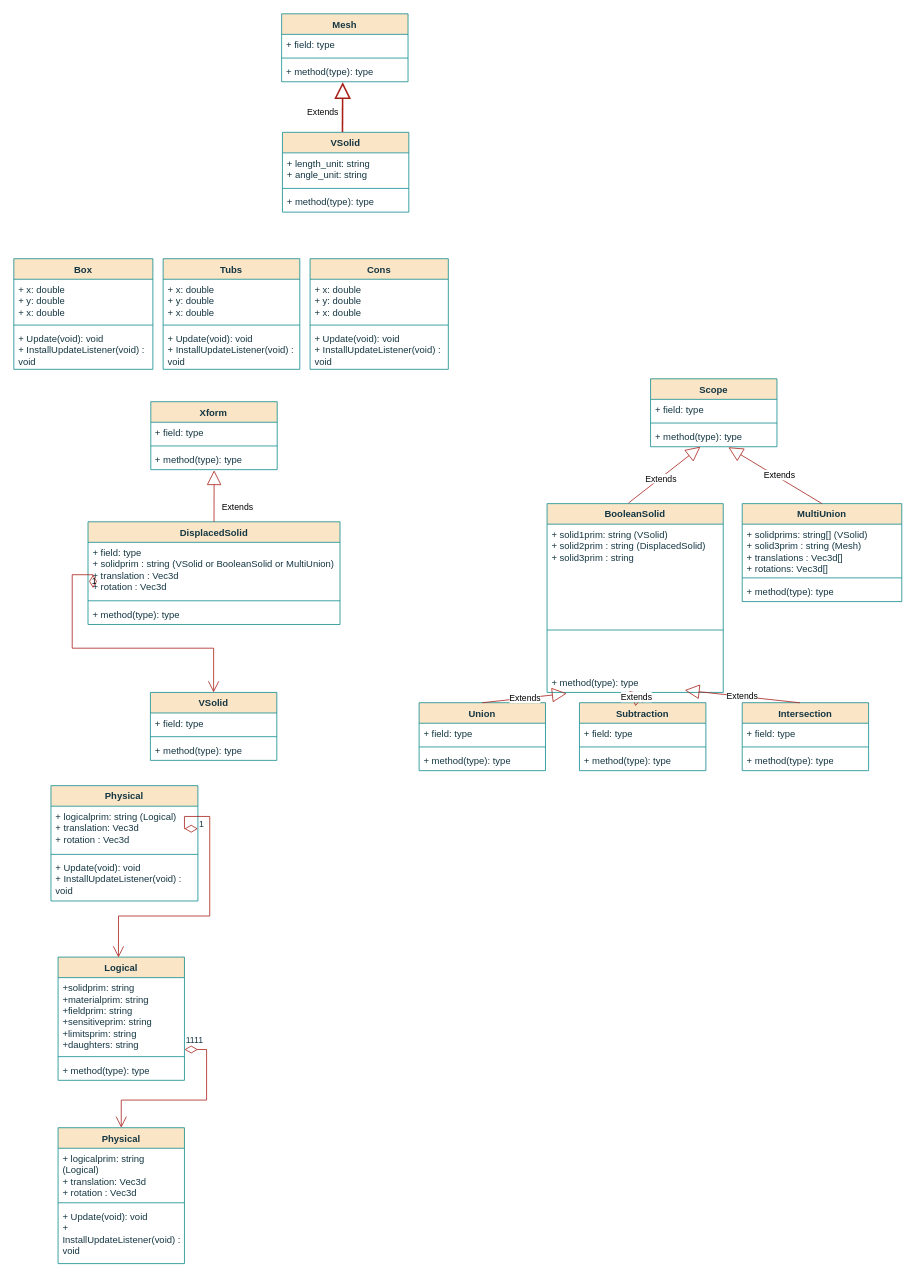
Above: public/paper1/G4_USD_Schema.drawio in g4edge/g4omniverse (draw.io), before the change. Source tidied: cells renumbered, new cells numbered last; positions are measured from the earlier drawing's top-left corner, leaving out a move shared by most shapes. Both pictures are drawn from the tidied source at 79%, with x=0, y=0 at pixel (13, 13).
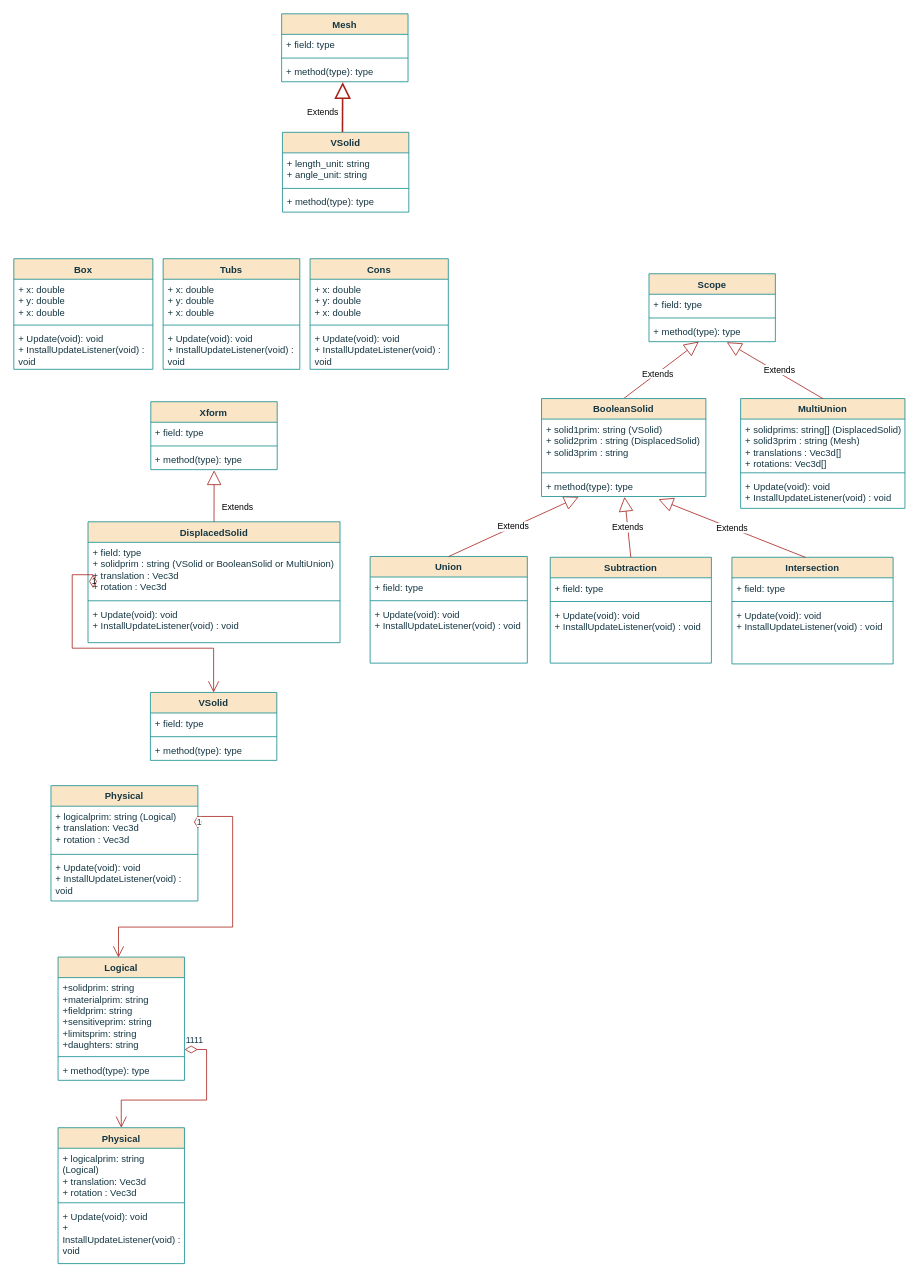
After the change.

Commit message:
paper: Matching update

The change refers to these unchanged cells:
```xml
<mxCell id="44" value="+ method(type): type" style="text;strokeColor=none;fillColor=none;align=left;verticalAlign=top;spacingLeft=4;spacingRight=4;overflow=hidden;points=[[0,0.5],[1,0.5]];portConstraint=eastwest;whiteSpace=wrap;html=1;fontColor=#143642;" parent="41" vertex="1">
  <mxGeometry y="60" width="160" height="26" as="geometry" />
</mxCell>
<mxCell id="47" value="+ logicalprim: string (Logical)&lt;div&gt;+ translation: Vec3d&lt;/div&gt;&lt;div&gt;+ rotation : Vec3d&lt;/div&gt;" style="text;strokeColor=none;fillColor=none;align=left;verticalAlign=top;spacingLeft=4;spacingRight=4;overflow=hidden;points=[[0,0.5],[1,0.5]];portConstraint=eastwest;whiteSpace=wrap;html=1;fontColor=#143642;" parent="46" vertex="1">
  <mxGeometry y="26" width="186" height="57" as="geometry" />
</mxCell>
<mxCell id="50" value="Logical" style="swimlane;fontStyle=1;align=center;verticalAlign=top;horizontal=1;startSize=26;whiteSpace=wrap;html=1;strokeColor=#0F8B8D;fontColor=#143642;fillColor=#FAE5C7;" parent="1" vertex="1">
  <mxGeometry x="56" y="1194" width="160" height="156" as="geometry" />
</mxCell>
<mxCell id="51" value="&lt;div&gt;+solidprim: string&lt;/div&gt;&lt;div&gt;+materialprim: string&lt;/div&gt;&lt;div&gt;+fieldprim: string&lt;/div&gt;&lt;div&gt;+sensitiveprim: string&lt;/div&gt;&lt;div&gt;+limitsprim: string&lt;/div&gt;+daughters: string" style="text;strokeColor=none;fillColor=none;align=left;verticalAlign=top;spacingLeft=4;spacingRight=4;overflow=hidden;points=[[0,0.5],[1,0.5]];portConstraint=eastwest;whiteSpace=wrap;html=1;fontColor=#143642;" parent="50" vertex="1">
  <mxGeometry y="26" width="160" height="96" as="geometry" />
</mxCell>
<mxCell id="67" value="Physical" style="swimlane;fontStyle=1;align=center;verticalAlign=top;horizontal=1;startSize=26;whiteSpace=wrap;html=1;strokeColor=#0F8B8D;fontColor=#143642;fillColor=#FAE5C7;" parent="1" vertex="1">
  <mxGeometry x="56" y="1410" width="160" height="172" as="geometry" />
</mxCell>
```

Diff of the diagram source:
```diff
@@
-    <mxCell id="6" value="BooleanSolid" style="swimlane;fontStyle=1;align=center;verticalAlign=top;horizontal=1;startSize=26;whiteSpace=wrap;html=1;labelBackgroundColor=none;fillColor=#FAE5C7;strokeColor=#0F8B8D;fontColor=#143642;" parent="1" vertex="1">
-      <mxGeometry x="675" y="620" width="223" height="239" as="geometry" />
-    </mxCell>
-    <mxCell id="7" value="+ solid1prim: string (VSolid)&lt;div&gt;+ solid2prim : string (DisplacedSolid)&lt;/div&gt;&lt;div&gt;+ solid3prim : string&lt;/div&gt;&lt;div&gt;&lt;br&gt;&lt;/div&gt;" style="text;strokeColor=none;fillColor=none;align=left;verticalAlign=top;spacingLeft=4;spacingRight=4;overflow=hidden;whiteSpace=wrap;html=1;labelBackgroundColor=none;fontColor=#143642;" parent="6" vertex="1">
-      <mxGeometry y="26" width="223" height="81" as="geometry" />
-    </mxCell>
-    <mxCell id="8" style="line;strokeWidth=1;fillColor=none;align=left;verticalAlign=middle;spacingTop=-1;spacingLeft=3;spacingRight=3;labelPosition=right;labelBackgroundColor=none;strokeColor=#0F8B8D;fontColor=#143642;" parent="6" vertex="1">
-      <mxGeometry y="107" width="223" height="106" as="geometry" />
-    </mxCell>
-    <mxCell id="9" value="+ method(type): type" style="text;strokeColor=none;fillColor=none;align=left;verticalAlign=top;spacingLeft=4;spacingRight=4;overflow=hidden;points=[[0,0.5],[1,0.5]];portConstraint=eastwest;whiteSpace=wrap;html=1;labelBackgroundColor=none;fontColor=#143642;" parent="6" vertex="1">
-      <mxGeometry y="213" width="223" height="26" as="geometry" />
-    </mxCell>
@@
     <mxCell id="22" value="DisplacedSolid" style="swimlane;fontStyle=1;align=center;verticalAlign=top;horizontal=1;startSize=26;whiteSpace=wrap;html=1;labelBackgroundColor=none;fillColor=#FAE5C7;strokeColor=#0F8B8D;fontColor=#143642;" parent="1" vertex="1">
-      <mxGeometry x="93.9" y="643" width="319" height="130" as="geometry" />
+      <mxGeometry x="93.9" y="643" width="319" height="153" as="geometry" />
     </mxCell>
@@
-    <mxCell id="25" value="+ method(type): type" style="text;strokeColor=none;fillColor=none;align=left;verticalAlign=top;spacingLeft=4;spacingRight=4;overflow=hidden;whiteSpace=wrap;html=1;labelBackgroundColor=none;fontColor=#143642;" parent="22" vertex="1">
-      <mxGeometry y="104" width="319" height="26" as="geometry" />
+    <mxCell id="25" value="+ Update(void): void&lt;div&gt;+ InstallUpdateListener(void) : void&amp;nbsp;&lt;/div&gt;" style="text;strokeColor=none;fillColor=none;align=left;verticalAlign=top;spacingLeft=4;spacingRight=4;overflow=hidden;whiteSpace=wrap;html=1;labelBackgroundColor=none;fontColor=#143642;" parent="22" vertex="1">
+      <mxGeometry y="104" width="319" height="49" as="geometry" />
     </mxCell>
@@
     <mxCell id="41" value="Scope" style="swimlane;fontStyle=1;align=center;verticalAlign=top;horizontal=1;startSize=26;whiteSpace=wrap;html=1;strokeColor=#0F8B8D;fontColor=#143642;fillColor=#FAE5C7;" parent="1" vertex="1">
-      <mxGeometry x="806" y="462" width="160" height="86" as="geometry" />
+      <mxGeometry x="804" y="329" width="160" height="86" as="geometry" />
     </mxCell>
@@
-    <mxCell id="45" value="&lt;font style=&quot;background-color: rgb(255, 255, 255);&quot; color=&quot;#080808&quot;&gt;Extends&lt;/font&gt;" style="endArrow=block;endSize=16;endFill=0;html=1;rounded=0;entryX=0.394;entryY=1;entryDx=0;entryDy=0;entryPerimeter=0;strokeWidth=1;exitX=0.462;exitY=-0.003;exitDx=0;exitDy=0;exitPerimeter=0;fontColor=default;labelBackgroundColor=none;strokeColor=#A8201A;" parent="1" edge="1" source="6" target="44">
+    <mxCell id="45" value="&lt;font style=&quot;background-color: rgb(255, 255, 255);&quot; color=&quot;#080808&quot;&gt;Extends&lt;/font&gt;" style="endArrow=block;endSize=16;endFill=0;html=1;rounded=0;entryX=0.394;entryY=1;entryDx=0;entryDy=0;entryPerimeter=0;strokeWidth=1;fontColor=default;labelBackgroundColor=none;strokeColor=#A8201A;exitX=0.5;exitY=0;exitDx=0;exitDy=0;" parent="1" edge="1" source="6" target="44">
       <mxGeometry x="-0.11" y="-1" relative="1" as="geometry" />
     </mxCell>
@@
     <mxCell id="54" value="Subtraction" style="swimlane;fontStyle=1;align=center;verticalAlign=top;horizontal=1;startSize=26;whiteSpace=wrap;html=1;strokeColor=#0F8B8D;fontColor=#143642;fillColor=#FAE5C7;" parent="1" vertex="1">
-      <mxGeometry x="716" y="872" width="160" height="86" as="geometry" />
+      <mxGeometry x="679" y="687.9" width="204" height="134" as="geometry" />
     </mxCell>
     <mxCell id="55" value="+ field: type" style="text;strokeColor=none;fillColor=none;align=left;verticalAlign=top;spacingLeft=4;spacingRight=4;overflow=hidden;whiteSpace=wrap;html=1;fontColor=#143642;" parent="54" vertex="1">
-      <mxGeometry y="26" width="160" height="26" as="geometry" />
+      <mxGeometry y="26" width="204" height="26" as="geometry" />
     </mxCell>
     <mxCell id="56" style="line;strokeWidth=1;fillColor=none;align=left;verticalAlign=middle;spacingTop=-1;spacingLeft=3;spacingRight=3;labelPosition=right;strokeColor=inherit;fontColor=#143642;" parent="54" vertex="1">
-      <mxGeometry y="52" width="160" height="8" as="geometry" />
+      <mxGeometry y="52" width="204" height="8" as="geometry" />
     </mxCell>
-    <mxCell id="57" value="+ method(type): type" style="text;strokeColor=none;fillColor=none;align=left;verticalAlign=top;spacingLeft=4;spacingRight=4;overflow=hidden;whiteSpace=wrap;html=1;fontColor=#143642;" parent="54" vertex="1">
-      <mxGeometry y="60" width="160" height="26" as="geometry" />
+    <mxCell id="57" value="+ Update(void): void&lt;div&gt;+ InstallUpdateListener(void) : void&amp;nbsp;&lt;/div&gt;" style="text;strokeColor=none;fillColor=none;align=left;verticalAlign=top;spacingLeft=4;spacingRight=4;overflow=hidden;whiteSpace=wrap;html=1;fontColor=#143642;" parent="54" vertex="1">
+      <mxGeometry y="60" width="204" height="74" as="geometry" />
     </mxCell>
     <mxCell id="58" value="Union" style="swimlane;fontStyle=1;align=center;verticalAlign=top;horizontal=1;startSize=26;whiteSpace=wrap;html=1;strokeColor=#0F8B8D;fontColor=#143642;fillColor=#FAE5C7;" parent="1" vertex="1">
-      <mxGeometry x="513" y="872" width="160" height="86" as="geometry" />
+      <mxGeometry x="451" y="686.9" width="199" height="135" as="geometry" />
     </mxCell>
     <mxCell id="59" value="+ field: type" style="text;strokeColor=none;fillColor=none;align=left;verticalAlign=top;spacingLeft=4;spacingRight=4;overflow=hidden;whiteSpace=wrap;html=1;fontColor=#143642;" parent="58" vertex="1">
-      <mxGeometry y="26" width="160" height="26" as="geometry" />
+      <mxGeometry y="26" width="199" height="26" as="geometry" />
     </mxCell>
     <mxCell id="60" style="line;strokeWidth=1;fillColor=none;align=left;verticalAlign=middle;spacingTop=-1;spacingLeft=3;spacingRight=3;labelPosition=right;strokeColor=inherit;fontColor=#143642;" parent="58" vertex="1">
-      <mxGeometry y="52" width="160" height="8" as="geometry" />
+      <mxGeometry y="52" width="199" height="8" as="geometry" />
     </mxCell>
-    <mxCell id="61" value="+ method(type): type" style="text;strokeColor=none;fillColor=none;align=left;verticalAlign=top;spacingLeft=4;spacingRight=4;overflow=hidden;whiteSpace=wrap;html=1;fontColor=#143642;" parent="58" vertex="1">
-      <mxGeometry y="60" width="160" height="26" as="geometry" />
+    <mxCell id="61" value="+ Update(void): void&lt;div&gt;+ InstallUpdateListener(void) : void&amp;nbsp;&lt;/div&gt;" style="text;strokeColor=none;fillColor=none;align=left;verticalAlign=top;spacingLeft=4;spacingRight=4;overflow=hidden;whiteSpace=wrap;html=1;fontColor=#143642;" parent="58" vertex="1">
+      <mxGeometry y="60" width="199" height="75" as="geometry" />
     </mxCell>
     <mxCell id="62" value="Intersection" style="swimlane;fontStyle=1;align=center;verticalAlign=top;horizontal=1;startSize=26;whiteSpace=wrap;html=1;strokeColor=#0F8B8D;fontColor=#143642;fillColor=#FAE5C7;" parent="1" vertex="1">
-      <mxGeometry x="922" y="872" width="160" height="86" as="geometry" />
+      <mxGeometry x="909" y="687.9" width="204" height="135" as="geometry" />
     </mxCell>
     <mxCell id="63" value="+ field: type" style="text;strokeColor=none;fillColor=none;align=left;verticalAlign=top;spacingLeft=4;spacingRight=4;overflow=hidden;whiteSpace=wrap;html=1;fontColor=#143642;" parent="62" vertex="1">
-      <mxGeometry y="26" width="160" height="26" as="geometry" />
+      <mxGeometry y="26" width="204" height="26" as="geometry" />
     </mxCell>
     <mxCell id="64" style="line;strokeWidth=1;fillColor=none;align=left;verticalAlign=middle;spacingTop=-1;spacingLeft=3;spacingRight=3;labelPosition=right;strokeColor=inherit;fontColor=#143642;" parent="62" vertex="1">
-      <mxGeometry y="52" width="160" height="8" as="geometry" />
+      <mxGeometry y="52" width="204" height="8" as="geometry" />
     </mxCell>
-    <mxCell id="65" value="+ method(type): type" style="text;strokeColor=none;fillColor=none;align=left;verticalAlign=top;spacingLeft=4;spacingRight=4;overflow=hidden;whiteSpace=wrap;html=1;fontColor=#143642;" parent="62" vertex="1">
-      <mxGeometry y="60" width="160" height="26" as="geometry" />
+    <mxCell id="65" value="+ Update(void): void&lt;div&gt;+ InstallUpdateListener(void) : void&amp;nbsp;&lt;/div&gt;" style="text;strokeColor=none;fillColor=none;align=left;verticalAlign=top;spacingLeft=4;spacingRight=4;overflow=hidden;whiteSpace=wrap;html=1;fontColor=#143642;" parent="62" vertex="1">
+      <mxGeometry y="60" width="204" height="75" as="geometry" />
     </mxCell>
     <mxCell id="66" value="1" style="endArrow=open;html=1;endSize=12;startArrow=diamondThin;startSize=14;startFill=0;edgeStyle=orthogonalEdgeStyle;align=left;verticalAlign=bottom;rounded=0;strokeColor=#A8201A;fontColor=#143642;fillColor=#FAE5C7;exitX=1;exitY=0.5;exitDx=0;exitDy=0;entryX=0.478;entryY=0.003;entryDx=0;entryDy=0;entryPerimeter=0;strokeWidth=1;" parent="1" edge="1" source="47" target="50">
       <mxGeometry x="-1" y="3" relative="1" as="geometry">
         <Array as="points">
-          <mxPoint x="216" y="1016" />
-          <mxPoint x="248" y="1016" />
-          <mxPoint x="248" y="1142" />
-          <mxPoint x="133" y="1142" />
+          <mxPoint x="233" y="1016" />
+          <mxPoint x="277" y="1016" />
+          <mxPoint x="277" y="1156" />
+          <mxPoint x="133" y="1156" />
         </Array>
       </mxGeometry>
     </mxCell>
@@
-    <mxCell id="71" value="1111" style="endArrow=open;html=1;endSize=12;startArrow=diamondThin;startSize=14;startFill=0;edgeStyle=orthogonalEdgeStyle;align=left;verticalAlign=bottom;rounded=0;strokeColor=#A8201A;fontColor=#143642;fillColor=#FAE5C7;exitX=1;exitY=0.75;exitDx=0;exitDy=0;entryX=0.5;entryY=0;entryDx=0;entryDy=0;strokeWidth=1;" parent="1" edge="1" source="50" target="67">
+    <mxCell id="71" value="1111" style="endArrow=open;html=1;endSize=12;startArrow=diamondThin;startSize=14;startFill=0;edgeStyle=orthogonalEdgeStyle;align=left;verticalAlign=bottom;rounded=0;strokeColor=#A8201A;fontColor=#143642;fillColor=#FAE5C7;entryX=0.5;entryY=0;entryDx=0;entryDy=0;strokeWidth=1;" parent="1" edge="1" source="51" target="67">
       <mxGeometry x="-1" y="3" relative="1" as="geometry">
         <Array as="points">
           <mxPoint x="244" y="1311" />
           <mxPoint x="244" y="1375" />
           <mxPoint x="136" y="1375" />
         </Array>
       </mxGeometry>
     </mxCell>
     <mxCell id="72" value="MultiUnion" style="swimlane;fontStyle=1;align=center;verticalAlign=top;horizontal=1;startSize=26;whiteSpace=wrap;html=1;labelBackgroundColor=none;fillColor=#FAE5C7;strokeColor=#0F8B8D;fontColor=#143642;" parent="1" vertex="1">
-      <mxGeometry x="922" y="620" width="202" height="124" as="geometry" />
+      <mxGeometry x="920" y="487" width="208" height="139" as="geometry" />
     </mxCell>
-    <mxCell id="73" value="+ solidprims: string[] (VSolid)&lt;div&gt;+ solid3prim : string (Mesh)&lt;/div&gt;&lt;div&gt;+ translations : Vec3d[]&lt;/div&gt;&lt;div&gt;+ rotations: Vec3d[]&lt;/div&gt;" style="text;strokeColor=none;fillColor=none;align=left;verticalAlign=top;spacingLeft=4;spacingRight=4;overflow=hidden;whiteSpace=wrap;html=1;labelBackgroundColor=none;fontColor=#143642;" parent="72" vertex="1">
-      <mxGeometry y="26" width="202" height="64" as="geometry" />
+    <mxCell id="73" value="+ solidprims: string[] (DisplacedSolid)&lt;div&gt;+ solid3prim : string (Mesh)&lt;/div&gt;&lt;div&gt;+ translations : Vec3d[]&lt;/div&gt;&lt;div&gt;+ rotations: Vec3d[]&lt;/div&gt;" style="text;strokeColor=none;fillColor=none;align=left;verticalAlign=top;spacingLeft=4;spacingRight=4;overflow=hidden;whiteSpace=wrap;html=1;labelBackgroundColor=none;fontColor=#143642;" parent="72" vertex="1">
+      <mxGeometry y="26" width="208" height="64" as="geometry" />
     </mxCell>
     <mxCell id="74" style="line;strokeWidth=1;fillColor=none;align=left;verticalAlign=middle;spacingTop=-1;spacingLeft=3;spacingRight=3;labelPosition=right;labelBackgroundColor=none;strokeColor=#0F8B8D;fontColor=#143642;" parent="72" vertex="1">
-      <mxGeometry y="90" width="202" height="8" as="geometry" />
+      <mxGeometry y="90" width="208" height="8" as="geometry" />
     </mxCell>
-    <mxCell id="75" value="+ method(type): type" style="text;strokeColor=none;fillColor=none;align=left;verticalAlign=top;spacingLeft=4;spacingRight=4;overflow=hidden;whiteSpace=wrap;html=1;labelBackgroundColor=none;fontColor=#143642;" parent="72" vertex="1">
-      <mxGeometry y="98" width="202" height="26" as="geometry" />
+    <mxCell id="75" value="+ Update(void): void&lt;div&gt;+ InstallUpdateListener(void) : void&amp;nbsp;&lt;/div&gt;" style="text;strokeColor=none;fillColor=none;align=left;verticalAlign=top;spacingLeft=4;spacingRight=4;overflow=hidden;whiteSpace=wrap;html=1;labelBackgroundColor=none;fontColor=#143642;" parent="72" vertex="1">
+      <mxGeometry y="98" width="208" height="41" as="geometry" />
     </mxCell>
-    <mxCell id="76" value="Extends" style="endArrow=block;endSize=16;endFill=0;html=1;rounded=0;strokeColor=#A8201A;fontColor=#000000;fillColor=#FAE5C7;exitX=0.5;exitY=0;exitDx=0;exitDy=0;entryX=0.111;entryY=1.051;entryDx=0;entryDy=0;entryPerimeter=0;labelBackgroundColor=#FFFFFF;" parent="1" edge="1" source="58" target="9">
+    <mxCell id="76" value="Extends" style="endArrow=block;endSize=16;endFill=0;html=1;rounded=0;strokeColor=#A8201A;fontColor=#000000;fillColor=#FAE5C7;exitX=0.5;exitY=0;exitDx=0;exitDy=0;entryX=0.226;entryY=1.019;entryDx=0;entryDy=0;entryPerimeter=0;labelBackgroundColor=#FFFFFF;" parent="1" edge="1" source="58" target="9">
       <mxGeometry relative="1" as="geometry" />
     </mxCell>
-    <mxCell id="77" value="Extends" style="endArrow=block;endSize=16;endFill=0;html=1;rounded=0;strokeColor=#A8201A;fontColor=#000000;fillColor=#FAE5C7;entryX=0.466;entryY=0.929;entryDx=0;entryDy=0;entryPerimeter=0;exitX=0.5;exitY=0;exitDx=0;exitDy=0;labelBackgroundColor=#FFFFFF;" parent="1" edge="1" source="54" target="9">
+    <mxCell id="77" value="Extends" style="endArrow=block;endSize=16;endFill=0;html=1;rounded=0;strokeColor=#A8201A;fontColor=#000000;fillColor=#FAE5C7;entryX=0.505;entryY=1.019;entryDx=0;entryDy=0;entryPerimeter=0;exitX=0.5;exitY=0;exitDx=0;exitDy=0;labelBackgroundColor=#FFFFFF;" parent="1" edge="1" source="54" target="9">
       <mxGeometry x="-0.01" relative="1" as="geometry" />
     </mxCell>
-    <mxCell id="78" value="Extends" style="endArrow=block;endSize=16;endFill=0;html=1;rounded=0;strokeColor=#A8201A;fontColor=#000000;fillColor=#FAE5C7;exitX=0.456;exitY=0.001;exitDx=0;exitDy=0;exitPerimeter=0;entryX=0.782;entryY=0.889;entryDx=0;entryDy=0;entryPerimeter=0;labelBackgroundColor=#FFFFFF;" parent="1" edge="1" source="62" target="9">
+    <mxCell id="78" value="Extends" style="endArrow=block;endSize=16;endFill=0;html=1;rounded=0;strokeColor=#A8201A;fontColor=#000000;fillColor=#FAE5C7;exitX=0.456;exitY=0.001;exitDx=0;exitDy=0;exitPerimeter=0;entryX=0.712;entryY=1.135;entryDx=0;entryDy=0;entryPerimeter=0;labelBackgroundColor=#FFFFFF;" parent="1" edge="1" source="62" target="9">
       <mxGeometry relative="1" as="geometry" />
     </mxCell>
@@
+    <mxCell id="6" value="BooleanSolid" style="swimlane;fontStyle=1;align=center;verticalAlign=top;horizontal=1;startSize=26;whiteSpace=wrap;html=1;labelBackgroundColor=none;fillColor=#FAE5C7;strokeColor=#0F8B8D;fontColor=#143642;" parent="1" vertex="1">
+      <mxGeometry x="668" y="487" width="208" height="124" as="geometry" />
+    </mxCell>
+    <mxCell id="7" value="+ solid1prim: string (VSolid)&lt;div&gt;+ solid2prim : string (DisplacedSolid)&lt;/div&gt;&lt;div&gt;+ solid3prim : string&lt;/div&gt;" style="text;strokeColor=none;fillColor=none;align=left;verticalAlign=top;spacingLeft=4;spacingRight=4;overflow=hidden;whiteSpace=wrap;html=1;labelBackgroundColor=none;fontColor=#143642;" parent="6" vertex="1">
+      <mxGeometry y="26" width="208" height="64" as="geometry" />
+    </mxCell>
+    <mxCell id="80" style="line;strokeWidth=1;fillColor=none;align=left;verticalAlign=middle;spacingTop=-1;spacingLeft=3;spacingRight=3;labelPosition=right;labelBackgroundColor=none;strokeColor=#0F8B8D;fontColor=#143642;" parent="6" vertex="1">
+      <mxGeometry y="90" width="208" height="8" as="geometry" />
+    </mxCell>
+    <mxCell id="9" value="+ method(type): type" style="text;strokeColor=none;fillColor=none;align=left;verticalAlign=top;spacingLeft=4;spacingRight=4;overflow=hidden;points=[[0,0.5],[1,0.5]];portConstraint=eastwest;whiteSpace=wrap;html=1;labelBackgroundColor=none;fontColor=#143642;" parent="6" vertex="1">
+      <mxGeometry y="98" width="208" height="26" as="geometry" />
+    </mxCell>
```
